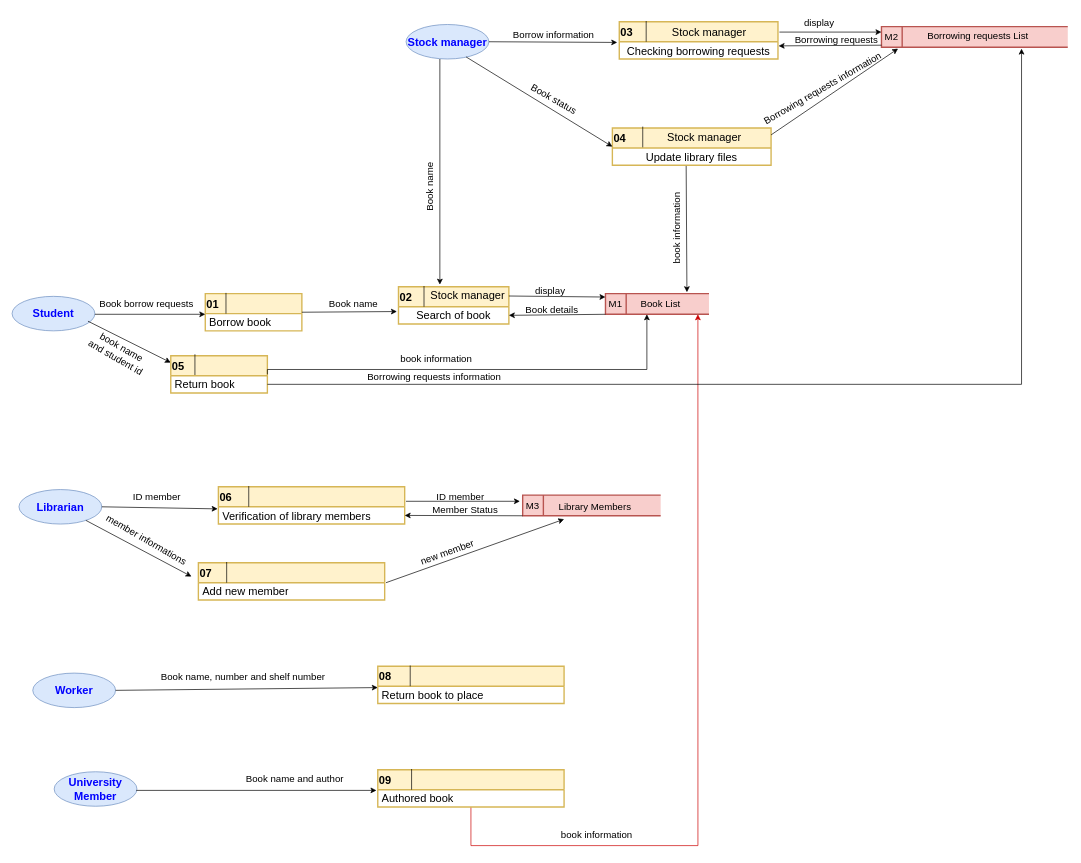
Before: PhDiagram.drawio in doaa517/Diagrams, a draw.io diagram. Source tidied: cells renumbered, new cells numbered last; positions are measured from the earlier drawing's top-left corner, leaving out a move shared by most shapes. Both pictures are drawn from the tidied source at 69%, with x=0, y=0 at pixel (12, 12).
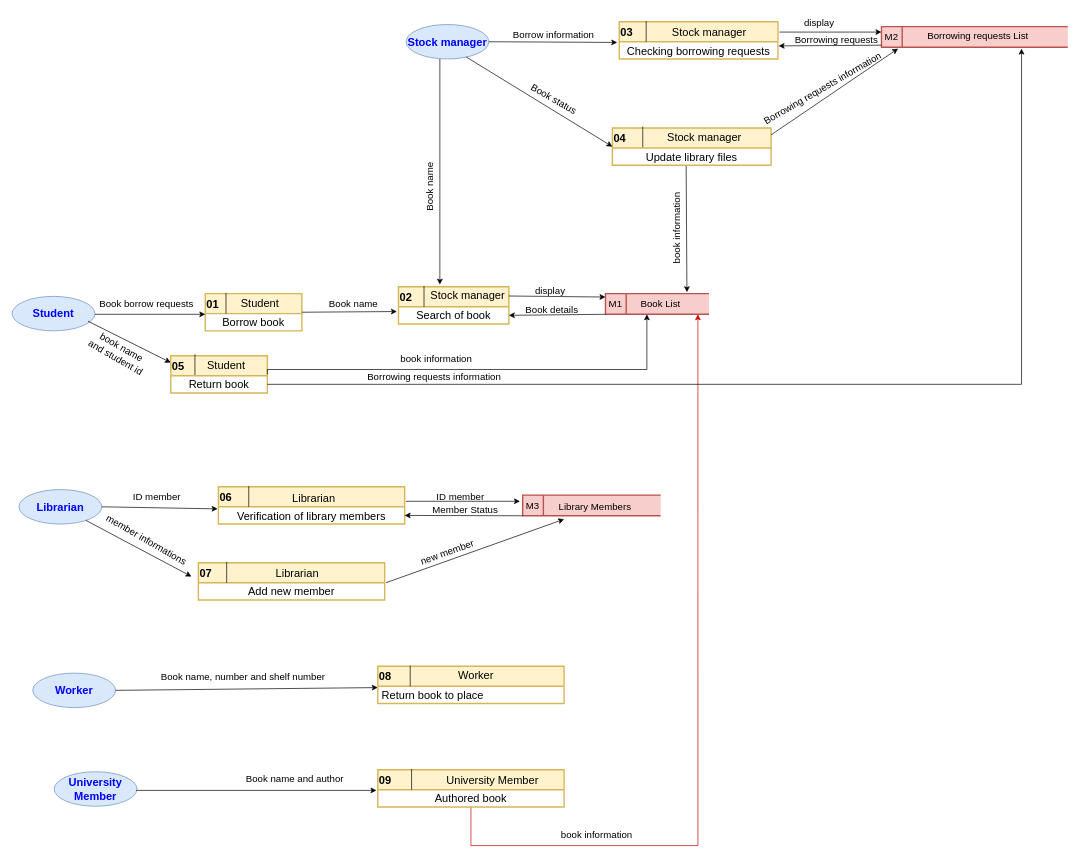
Above is the later version.

The change refers to these unchanged cells:
```xml
<mxCell id="8" value="&lt;div align=&quot;left&quot;&gt;01&lt;/div&gt;" style="swimlane;fontStyle=1;align=left;verticalAlign=middle;horizontal=1;startSize=29;html=1;fontSize=16;strokeWidth=2;fillColor=#fff2cc;strokeColor=#d6b656;" parent="1" vertex="1">
  <mxGeometry x="280" y="408" width="140" height="54" as="geometry" />
</mxCell>
<mxCell id="13" value="&lt;div align=&quot;left&quot;&gt;05&lt;/div&gt;" style="swimlane;fontStyle=1;align=left;verticalAlign=middle;horizontal=1;startSize=29;html=1;fontSize=16;strokeWidth=2;fillColor=#fff2cc;strokeColor=#d6b656;" parent="1" vertex="1">
  <mxGeometry x="230" y="498" width="140" height="54" as="geometry" />
</mxCell>
<mxCell id="51" value="&lt;div align=&quot;left&quot;&gt;06&lt;/div&gt;" style="swimlane;fontStyle=1;align=left;verticalAlign=middle;horizontal=1;startSize=29;html=1;fontSize=16;strokeWidth=2;fillColor=#fff2cc;strokeColor=#d6b656;" parent="1" vertex="1">
  <mxGeometry x="299" y="688" width="270" height="54" as="geometry" />
</mxCell>
<mxCell id="63" value="&lt;div align=&quot;left&quot;&gt;07&lt;/div&gt;" style="swimlane;fontStyle=1;align=left;verticalAlign=middle;horizontal=1;startSize=29;html=1;fontSize=16;strokeWidth=2;fillColor=#fff2cc;strokeColor=#d6b656;" parent="1" vertex="1">
  <mxGeometry x="270" y="798" width="270" height="54" as="geometry" />
</mxCell>
<mxCell id="71" value="&lt;div align=&quot;left&quot;&gt;09&lt;/div&gt;" style="swimlane;fontStyle=1;align=left;verticalAlign=middle;horizontal=1;startSize=29;html=1;fontSize=16;strokeWidth=2;fillColor=#fff2cc;strokeColor=#d6b656;" parent="1" vertex="1">
  <mxGeometry x="530" y="1098" width="270" height="54" as="geometry" />
</mxCell>
```

What changed in the source:
```diff
@@
-    <mxCell id="9" value="&lt;div&gt;&lt;font color=&quot;#000000&quot;&gt;Borrow book&lt;/font&gt;&lt;/div&gt;" style="text;html=1;strokeColor=none;fillColor=none;align=left;verticalAlign=middle;spacingLeft=4;spacingRight=4;overflow=hidden;fontSize=16;fontColor=#0000FF;" parent="8" vertex="1">
+    <mxCell id="9" value="&lt;div&gt;&lt;font color=&quot;#000000&quot;&gt;Borrow book&lt;/font&gt;&lt;/div&gt;" style="text;html=1;strokeColor=none;fillColor=none;align=center;verticalAlign=middle;spacingLeft=4;spacingRight=4;overflow=hidden;fontSize=16;fontColor=#0000FF;" parent="8" vertex="1">
       <mxGeometry y="29" width="140" height="25" as="geometry" />
     </mxCell>
@@
-    <mxCell id="14" value="&lt;div&gt;&lt;font color=&quot;#000000&quot;&gt;Return book&lt;/font&gt;&lt;/div&gt;" style="text;html=1;strokeColor=none;fillColor=none;align=left;verticalAlign=middle;spacingLeft=4;spacingRight=4;overflow=hidden;points=[[0,0.5],[1,0.5]];portConstraint=eastwest;fontSize=16;fontColor=#0000FF;" parent="13" vertex="1">
+    <mxCell id="14" value="&lt;div&gt;&lt;font color=&quot;#000000&quot;&gt;Return book&lt;/font&gt;&lt;/div&gt;" style="text;html=1;strokeColor=none;fillColor=none;align=center;verticalAlign=middle;spacingLeft=4;spacingRight=4;overflow=hidden;points=[[0,0.5],[1,0.5]];portConstraint=eastwest;fontSize=16;fontColor=#0000FF;" parent="13" vertex="1">
       <mxGeometry y="29" width="140" height="25" as="geometry" />
     </mxCell>
@@
-    <mxCell id="52" value="&lt;font color=&quot;#000000&quot;&gt;Verification of library members&lt;/font&gt;" style="text;html=1;strokeColor=none;fillColor=none;align=left;verticalAlign=middle;spacingLeft=4;spacingRight=4;overflow=hidden;points=[[0,0.5],[1,0.5]];portConstraint=eastwest;fontSize=16;fontColor=#0000FF;" parent="51" vertex="1">
+    <mxCell id="52" value="&lt;font color=&quot;#000000&quot;&gt;Verification of library members&lt;/font&gt;" style="text;html=1;strokeColor=none;fillColor=none;align=center;verticalAlign=middle;spacingLeft=4;spacingRight=4;overflow=hidden;points=[[0,0.5],[1,0.5]];portConstraint=eastwest;fontSize=16;fontColor=#0000FF;" parent="51" vertex="1">
       <mxGeometry y="29" width="270" height="25" as="geometry" />
     </mxCell>
@@
-    <mxCell id="64" value="&lt;font color=&quot;#000000&quot;&gt;Add new member&lt;/font&gt;" style="text;html=1;strokeColor=none;fillColor=none;align=left;verticalAlign=middle;spacingLeft=4;spacingRight=4;overflow=hidden;points=[[0,0.5],[1,0.5]];portConstraint=eastwest;fontSize=16;fontColor=#0000FF;" parent="63" vertex="1">
+    <mxCell id="64" value="&lt;font color=&quot;#000000&quot;&gt;Add new member&lt;/font&gt;" style="text;html=1;strokeColor=none;fillColor=none;align=center;verticalAlign=middle;spacingLeft=4;spacingRight=4;overflow=hidden;points=[[0,0.5],[1,0.5]];portConstraint=eastwest;fontSize=16;fontColor=#0000FF;" parent="63" vertex="1">
       <mxGeometry y="29" width="270" height="25" as="geometry" />
     </mxCell>
@@
-    <mxCell id="72" value="&lt;font color=&quot;#000000&quot;&gt;Authored book&lt;/font&gt;" style="text;html=1;strokeColor=none;fillColor=none;align=left;verticalAlign=middle;spacingLeft=4;spacingRight=4;overflow=hidden;points=[[0,0.5],[1,0.5]];portConstraint=eastwest;fontSize=16;fontColor=#0000FF;" parent="71" vertex="1">
+    <mxCell id="72" value="&lt;font color=&quot;#000000&quot;&gt;Authored book&lt;/font&gt;" style="text;html=1;strokeColor=none;fillColor=none;align=center;verticalAlign=middle;spacingLeft=4;spacingRight=4;overflow=hidden;points=[[0,0.5],[1,0.5]];portConstraint=eastwest;fontSize=16;fontColor=#0000FF;" parent="71" vertex="1">
       <mxGeometry y="29" width="270" height="25" as="geometry" />
     </mxCell>
@@
+    <mxCell id="87" value="&lt;font style=&quot;font-size: 16px;&quot;&gt;Student&lt;br&gt;&lt;/font&gt;" style="text;html=1;strokeColor=none;fillColor=none;align=center;verticalAlign=middle;whiteSpace=wrap;rounded=0;" parent="1" vertex="1">
+      <mxGeometry x="292" y="407" width="135" height="30" as="geometry" />
+    </mxCell>
+    <mxCell id="88" value="&lt;font style=&quot;font-size: 16px;&quot;&gt;Student&lt;br&gt;&lt;/font&gt;" style="text;html=1;strokeColor=none;fillColor=none;align=center;verticalAlign=middle;whiteSpace=wrap;rounded=0;" parent="1" vertex="1">
+      <mxGeometry x="243" y="497" width="135" height="30" as="geometry" />
+    </mxCell>
+    <mxCell id="89" value="&lt;font style=&quot;font-size: 16px;&quot;&gt;Librarian&lt;/font&gt;" style="text;html=1;strokeColor=none;fillColor=none;align=center;verticalAlign=middle;whiteSpace=wrap;rounded=0;" parent="1" vertex="1">
+      <mxGeometry x="370" y="690" width="135" height="30" as="geometry" />
+    </mxCell>
+    <mxCell id="90" value="&lt;font style=&quot;font-size: 16px;&quot;&gt;Librarian&lt;/font&gt;" style="text;html=1;strokeColor=none;fillColor=none;align=center;verticalAlign=middle;whiteSpace=wrap;rounded=0;" parent="1" vertex="1">
+      <mxGeometry x="346" y="798" width="135" height="30" as="geometry" />
+    </mxCell>
+    <mxCell id="91" value="&lt;font style=&quot;font-size: 16px;&quot;&gt;Worker&lt;/font&gt;" style="text;html=1;strokeColor=none;fillColor=none;align=center;verticalAlign=middle;whiteSpace=wrap;rounded=0;" parent="1" vertex="1">
+      <mxGeometry x="605" y="946" width="135" height="30" as="geometry" />
+    </mxCell>
+    <mxCell id="92" value="&lt;font style=&quot;font-size: 16px;&quot;&gt;University Member&lt;/font&gt;" style="text;html=1;strokeColor=none;fillColor=none;align=center;verticalAlign=middle;whiteSpace=wrap;rounded=0;" parent="1" vertex="1">
+      <mxGeometry x="569" y="1098" width="255" height="30" as="geometry" />
+    </mxCell>
```
